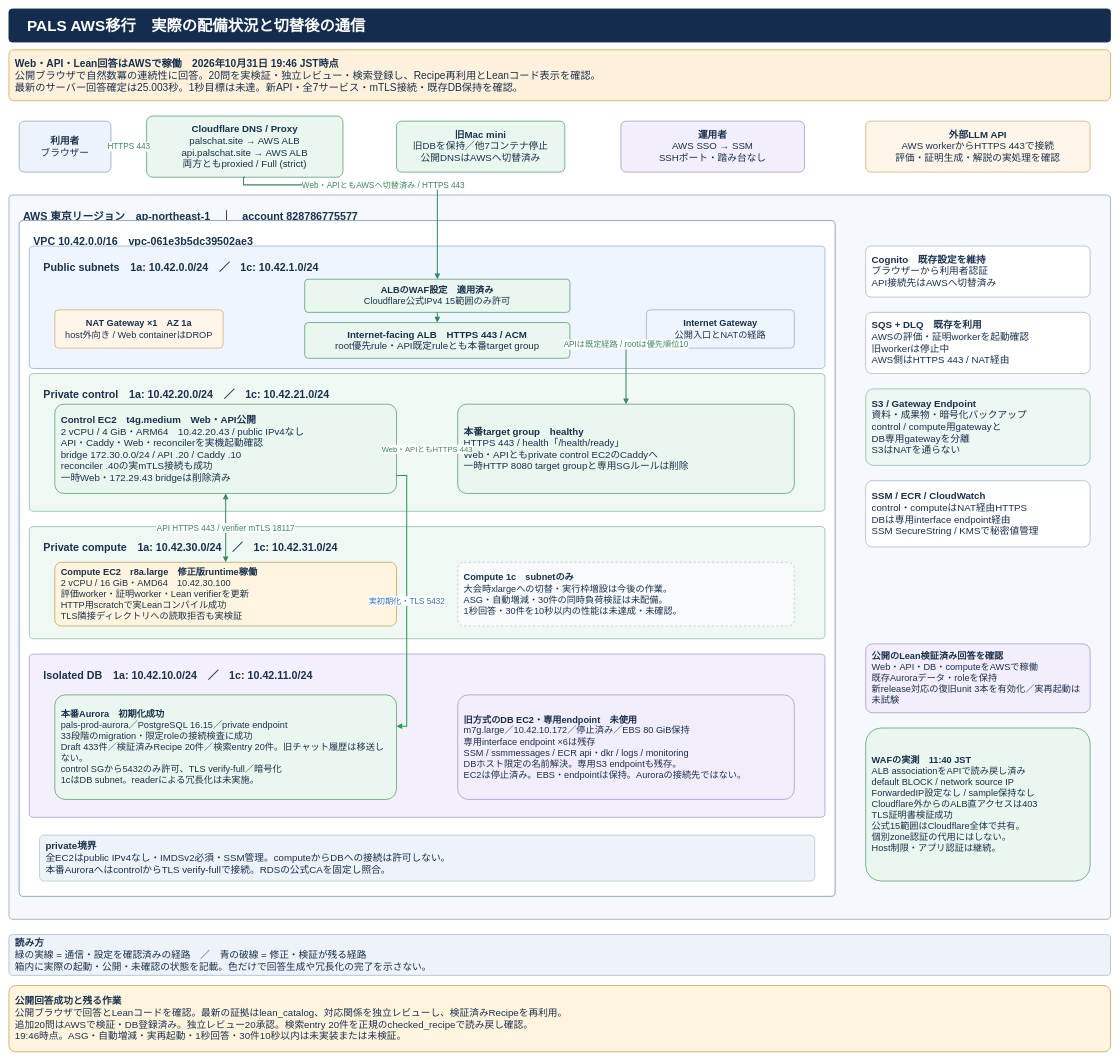
The draw.io diagram docs/diagrams/pals-aws-private-target.drawio in AtsushiHosaka/pals, before the edit. Source tidied: cells renumbered, new cells numbered last; positions are measured from the earlier drawing's top-left corner, leaving out a move shared by most shapes. Both pictures are drawn from the tidied source at 51%, with x=0, y=0 at pixel (9, 9).
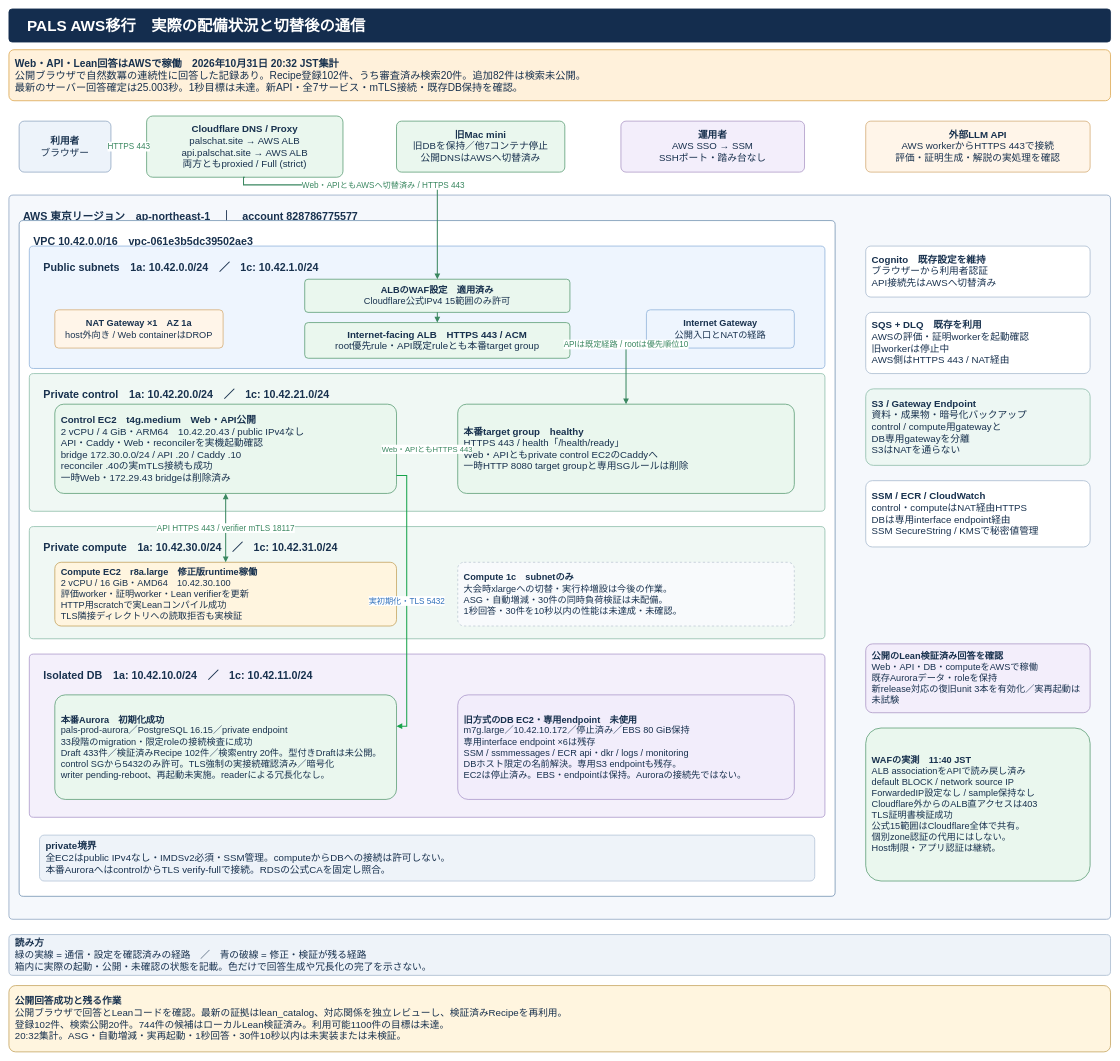
After the change.

The edit, as a diff of the source:
```diff
@@
-    <mxCell id="3" value="&lt;b&gt;Web・API・Lean回答はAWSで稼働　2026年10月31日 19:46 JST時点&lt;/b&gt;&lt;br&gt;公開ブラウザで自然数冪の連続性に回答。20問を実検証・独立レビュー・検索登録し、Recipe再利用とLeanコード表示を確認。&lt;br&gt;最新のサーバー回答確定は25.003秒。1秒目標は未達。新API・全7サービス・mTLS接続・既存DB保持を確認。" style="rounded=1;arcSize=10;whiteSpace=wrap;html=1;fillColor=#fff1db;strokeColor=#dba54d;strokeWidth=1.5;fontSize=20;fontColor=#18314e;fontFamily=Hiragino Sans,Noto Sans JP,Arial;align=left;verticalAlign=middle;spacing=12;" parent="1" vertex="1">
+    <mxCell id="3" value="&lt;b&gt;Web・API・Lean回答はAWSで稼働　2026年10月31日 20:32 JST集計&lt;/b&gt;&lt;br&gt;公開ブラウザで自然数冪の連続性に回答した記録あり。Recipe登録102件、うち審査済み検索20件。追加82件は検索未公開。&lt;br&gt;最新のサーバー回答確定は25.003秒。1秒目標は未達。新API・全7サービス・mTLS接続・既存DB保持を確認。" style="rounded=1;arcSize=10;whiteSpace=wrap;html=1;fillColor=#fff1db;strokeColor=#dba54d;strokeWidth=1.5;fontSize=20;fontColor=#18314e;fontFamily=Hiragino Sans,Noto Sans JP,Arial;align=left;verticalAlign=middle;spacing=12;" parent="1" vertex="1">
       <mxGeometry y="80" width="2160" height="100" as="geometry" />
     </mxCell>
@@
-    <mxCell id="23" value="&lt;b&gt;本番Aurora　初期化成功&lt;/b&gt;&lt;br&gt;pals-prod-aurora／PostgreSQL 16.15／private endpoint&lt;br&gt;33段階のmigration・限定roleの接続検査に成功&lt;br&gt;Draft 433件／検証済みRecipe 20件／検索entry 20件。旧チャット履歴は移送しない。&lt;br&gt;control SGから5432のみ許可、TLS verify-full／暗号化&lt;br&gt;1cはDB subnet。readerによる冗長化は未実施。" style="rounded=1;arcSize=10;whiteSpace=wrap;html=1;fillColor=#eaf7ee;strokeColor=#579a72;strokeWidth=1.5;fontSize=18;fontColor=#18314e;fontFamily=Hiragino Sans,Noto Sans JP,Arial;align=left;verticalAlign=middle;spacing=12;" parent="1" vertex="1">
+    <mxCell id="23" value="&lt;b&gt;本番Aurora　初期化成功&lt;/b&gt;&lt;br&gt;pals-prod-aurora／PostgreSQL 16.15／private endpoint&lt;br&gt;33段階のmigration・限定roleの接続検査に成功&lt;br&gt;Draft 433件／検証済みRecipe 102件／検索entry 20件。型付きDraftは未公開。&lt;br&gt;control SGから5432のみ許可。TLS強制の実接続確認済み／暗号化&lt;br&gt;writer pending-reboot、再起動未実施。readerによる冗長化なし。" style="rounded=1;arcSize=10;whiteSpace=wrap;html=1;fillColor=#eaf7ee;strokeColor=#579a72;strokeWidth=1.5;fontSize=18;fontColor=#18314e;fontFamily=Hiragino Sans,Noto Sans JP,Arial;align=left;verticalAlign=middle;spacing=12;" parent="1" vertex="1">
       <mxGeometry x="90" y="1345" width="670" height="205" as="geometry" />
     </mxCell>
@@
-    <mxCell id="39" value="&lt;b&gt;公開回答成功と残る作業&lt;/b&gt;&lt;br&gt;公開ブラウザで回答とLeanコードを確認。最新の証拠はlean_catalog、対応関係を独立レビューし、検証済みRecipeを再利用。&lt;br&gt;追加20問はAWSで検証・DB登録済み。独立レビュー20承認。検索entry 20件を正規のchecked_recipeで読み戻し確認。&lt;br&gt;19:46時点。ASG・自動増減・実再起動・1秒回答・30件10秒以内は未実装または未検証。" style="rounded=1;arcSize=10;whiteSpace=wrap;html=1;fillColor=#fff5df;strokeColor=#c3a15a;strokeWidth=1.5;fontSize=19;fontColor=#18314e;fontFamily=Hiragino Sans,Noto Sans JP,Arial;align=left;verticalAlign=middle;spacing=12;" parent="1" vertex="1">
+    <mxCell id="39" value="&lt;b&gt;公開回答成功と残る作業&lt;/b&gt;&lt;br&gt;公開ブラウザで回答とLeanコードを確認。最新の証拠はlean_catalog、対応関係を独立レビューし、検証済みRecipeを再利用。&lt;br&gt;登録102件、検索公開20件。744件の候補はローカルLean検証済み。利用可能1100件の目標は未達。&lt;br&gt;20:32集計。ASG・自動増減・実再起動・1秒回答・30件10秒以内は未実装または未検証。" style="rounded=1;arcSize=10;whiteSpace=wrap;html=1;fillColor=#fff5df;strokeColor=#c3a15a;strokeWidth=1.5;fontSize=19;fontColor=#18314e;fontFamily=Hiragino Sans,Noto Sans JP,Arial;align=left;verticalAlign=middle;spacing=12;" parent="1" vertex="1">
       <mxGeometry y="1915" width="2160" height="130" as="geometry" />
     </mxCell>
```
